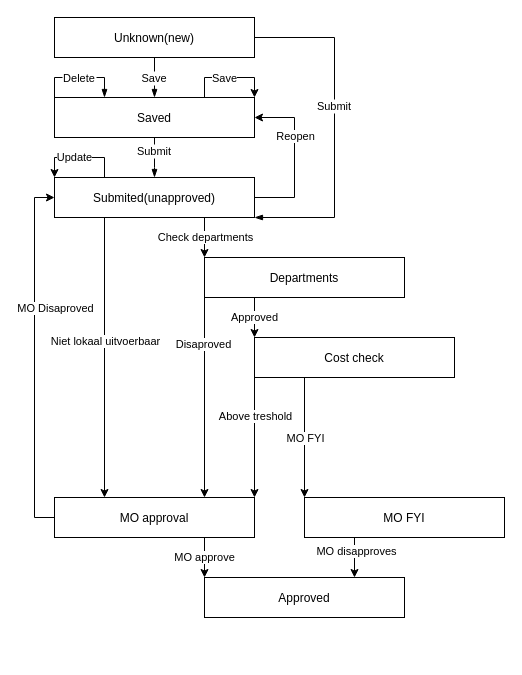
The draw.io diagram ACT.drawio in slaap123/DrawIO, before the edit. Source tidied: cells renumbered, new cells numbered last; positions are measured from the earlier drawing's top-left corner, leaving out a move shared by most shapes. Both pictures are drawn from the tidied source at 100%, with x=0, y=0 at pixel (54, 17).
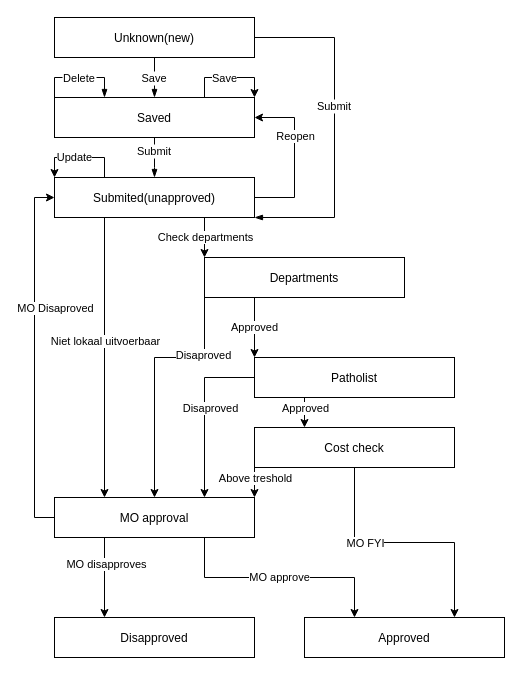
After the change.

Unchanged cells that the change refers to:
```xml
<object id="22" label="%name%" name="MO approval" placeholders="1">
  <mxCell style="label,whiteSpace=wrap,html=1,sharp=1;" parent="1" vertex="1">
    <mxGeometry y="480" width="200" height="40" as="geometry" />
  </mxCell>
</object>
<object id="26" label="%name%" name="Departments" placeholders="1">
  <mxCell style="label,whiteSpace=wrap,html=1,sharp=1;" parent="1" vertex="1">
    <mxGeometry x="150" y="240" width="200" height="40" as="geometry" />
  </mxCell>
</object>
<mxCell id="27" style="edgeStyle=orthogonalEdgeStyle;rounded=0;jettySize=auto;html=1;exitX=0;exitY=1;exitDx=0;exitDy=0;entryX=1;entryY=0;entryDx=0;entryDy=0;" parent="1" edge="1" source="31" target="22">
  <mxGeometry relative="1" as="geometry" />
</mxCell>
```

The edit, as a diff of the source:
```diff
@@
-    <mxCell id="21" value="MO approve" style="edgeStyle=orthogonalEdgeStyle;rounded=0;jettySize=auto;html=1;exitX=0.75;exitY=1;exitDx=0;exitDy=0;entryX=0;entryY=0;entryDx=0;entryDy=0;" parent="1" edge="1" source="22" target="35">
-      <mxGeometry relative="1" as="geometry" />
+    <mxCell id="21" value="MO approve" style="edgeStyle=orthogonalEdgeStyle;rounded=0;jettySize=auto;html=1;exitX=0.75;exitY=1;exitDx=0;exitDy=0;entryX=0.25;entryY=0;entryDx=0;entryDy=0;" parent="1" edge="1" source="22" target="35">
+      <mxGeometry relative="1" as="geometry">
+        <Array as="points">
+          <mxPoint x="150" y="560" />
+          <mxPoint x="300" y="560" />
+        </Array>
+      </mxGeometry>
     </mxCell>
@@
-    <mxCell id="23" style="edgeStyle=orthogonalEdgeStyle;rounded=0;jettySize=auto;html=1;exitX=0;exitY=1;exitDx=0;exitDy=0;entryX=0.75;entryY=0;entryDx=0;entryDy=0;" parent="1" edge="1" source="26" target="22">
-      <mxGeometry relative="1" as="geometry" />
+    <mxCell id="23" style="edgeStyle=orthogonalEdgeStyle;rounded=0;jettySize=auto;html=1;exitX=0;exitY=1;exitDx=0;exitDy=0;entryX=0.5;entryY=0;entryDx=0;entryDy=0;" parent="1" edge="1" source="26" target="22">
+      <mxGeometry relative="1" as="geometry">
+        <Array as="points">
+          <mxPoint x="150" y="340" />
+          <mxPoint x="100" y="340" />
+        </Array>
+      </mxGeometry>
     </mxCell>
@@
-    <mxCell id="25" value="Approved" style="edgeStyle=orthogonalEdgeStyle;rounded=0;jettySize=auto;html=1;exitX=0.25;exitY=1;exitDx=0;exitDy=0;entryX=0;entryY=0;entryDx=0;entryDy=0;" parent="1" edge="1" source="26" target="31">
-      <mxGeometry relative="1" as="geometry" />
+    <mxCell id="25" value="Approved" style="edgeStyle=orthogonalEdgeStyle;rounded=0;jettySize=auto;html=1;exitX=0.25;exitY=1;exitDx=0;exitDy=0;" parent="1" edge="1" source="26">
+      <mxGeometry relative="1" as="geometry">
+        <mxPoint x="200" y="340" as="targetPoint" />
+      </mxGeometry>
     </mxCell>
@@
     <mxCell id="28" value="Above treshold" style="edgeLabel;html=1;align=center;verticalAlign=middle;" parent="27" vertex="1">
-      <mxGeometry x="-0.37" relative="1" as="geometry" />
+      <mxGeometry x="-0.37" relative="1" as="geometry">
+        <mxPoint y="1" as="offset" />
+      </mxGeometry>
     </mxCell>
-    <mxCell id="29" style="edgeStyle=orthogonalEdgeStyle;rounded=0;jettySize=auto;html=1;exitX=0.25;exitY=1;exitDx=0;exitDy=0;entryX=0;entryY=0;entryDx=0;entryDy=0;" parent="1" edge="1" source="31" target="34">
+    <mxCell id="29" style="edgeStyle=orthogonalEdgeStyle;rounded=0;jettySize=auto;html=1;exitX=0.5;exitY=1;exitDx=0;exitDy=0;entryX=0.75;entryY=0;entryDx=0;entryDy=0;" parent="1" edge="1" source="31" target="35">
       <mxGeometry relative="1" as="geometry" />
     </mxCell>
     <mxCell id="30" value="MO FYI" style="edgeLabel;html=1;align=center;verticalAlign=middle;" parent="29" vertex="1">
-      <mxGeometry x="-0.32" relative="1" as="geometry">
-        <mxPoint y="19.3" as="offset" />
-      </mxGeometry>
+      <mxGeometry x="-0.32" relative="1" as="geometry" />
     </mxCell>
     <object id="31" label="%name%" name="Cost check" placeholders="1">
       <mxCell style="label,whiteSpace=wrap,html=1,sharp=1;" parent="1" vertex="1">
-        <mxGeometry x="200" y="320" width="200" height="40" as="geometry" />
+        <mxGeometry x="200" y="410" width="200" height="40" as="geometry" />
       </mxCell>
     </object>
-    <mxCell id="32" style="edgeStyle=orthogonalEdgeStyle;rounded=0;jettySize=auto;html=1;exitX=0.25;exitY=1;exitDx=0;exitDy=0;entryX=0.75;entryY=0;entryDx=0;entryDy=0;" parent="1" edge="1" source="34" target="35">
-      <mxGeometry relative="1" as="geometry" />
+    <mxCell id="32" style="edgeStyle=orthogonalEdgeStyle;rounded=0;jettySize=auto;html=1;exitX=0.25;exitY=1;exitDx=0;exitDy=0;entryX=0.25;entryY=0;entryDx=0;entryDy=0;" parent="1" edge="1" source="22" target="36">
+      <mxGeometry relative="1" as="geometry">
+        <Array as="points">
+          <mxPoint x="50" y="600" />
+        </Array>
+      </mxGeometry>
     </mxCell>
@@
-    <object id="34" label="%name%" name="MO FYI" placeholders="1">
-      <mxCell style="label,whiteSpace=wrap,html=1,sharp=1;" parent="1" vertex="1">
-        <mxGeometry x="250" y="480" width="200" height="40" as="geometry" />
-      </mxCell>
-    </object>
     <object id="35" label="%name%" name="Approved" placeholders="1">
       <mxCell style="label,whiteSpace=wrap,html=1,sharp=1;" parent="1" vertex="1">
-        <mxGeometry x="150" y="560" width="200" height="40" as="geometry" />
+        <mxGeometry x="250" y="600" width="200" height="40" as="geometry" />
       </mxCell>
     </object>
+    <object id="36" label="%name%" name="Disapproved" placeholders="1">
+      <mxCell style="label,whiteSpace=wrap,html=1,sharp=1;" parent="1" vertex="1">
+        <mxGeometry y="600" width="200" height="40" as="geometry" />
+      </mxCell>
+    </object>
+    <mxCell id="37" style="edgeStyle=orthogonalEdgeStyle;rounded=0;jettySize=auto;html=1;exitX=0.25;exitY=1;exitDx=0;exitDy=0;entryX=0.25;entryY=0;entryDx=0;entryDy=0;" parent="1" edge="1" source="41" target="31">
+      <mxGeometry relative="1" as="geometry" />
+    </mxCell>
+    <mxCell id="38" value="Approved" style="edgeLabel;html=1;align=center;verticalAlign=middle;" parent="37" vertex="1">
+      <mxGeometry x="-0.32" relative="1" as="geometry" />
+    </mxCell>
+    <mxCell id="39" style="edgeStyle=orthogonalEdgeStyle;rounded=0;jettySize=auto;html=1;exitX=0;exitY=0.5;exitDx=0;exitDy=0;entryX=0.75;entryY=0;entryDx=0;entryDy=0;" parent="1" edge="1" source="41" target="22">
+      <mxGeometry relative="1" as="geometry" />
+    </mxCell>
+    <mxCell id="40" value="Disaproved" style="edgeLabel;html=1;align=center;verticalAlign=middle;" parent="39" vertex="1">
+      <mxGeometry x="-0.47" relative="1" as="geometry">
+        <mxPoint y="30" as="offset" />
+      </mxGeometry>
+    </mxCell>
+    <object id="41" label="%name%" name="Patholist" placeholders="1">
+      <mxCell style="label,whiteSpace=wrap,html=1,sharp=1;" parent="1" vertex="1">
+        <mxGeometry x="200" y="340" width="200" height="40" as="geometry" />
+      </mxCell>
+    </object>
```
